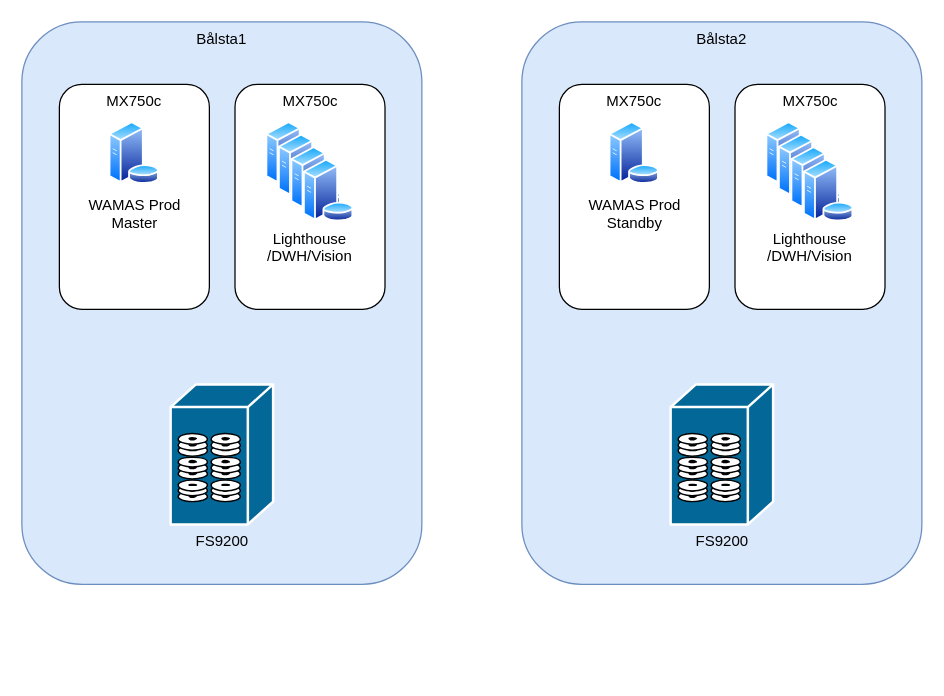
Before: overview.drawio in lhirdman/log4, a draw.io diagram. Source tidied: cells renumbered, new cells numbered last; positions are measured from the earlier drawing's top-left corner, leaving out a move shared by most shapes. Both pictures are drawn from the tidied source at 125%, with x=0, y=0 at pixel (21, 21).
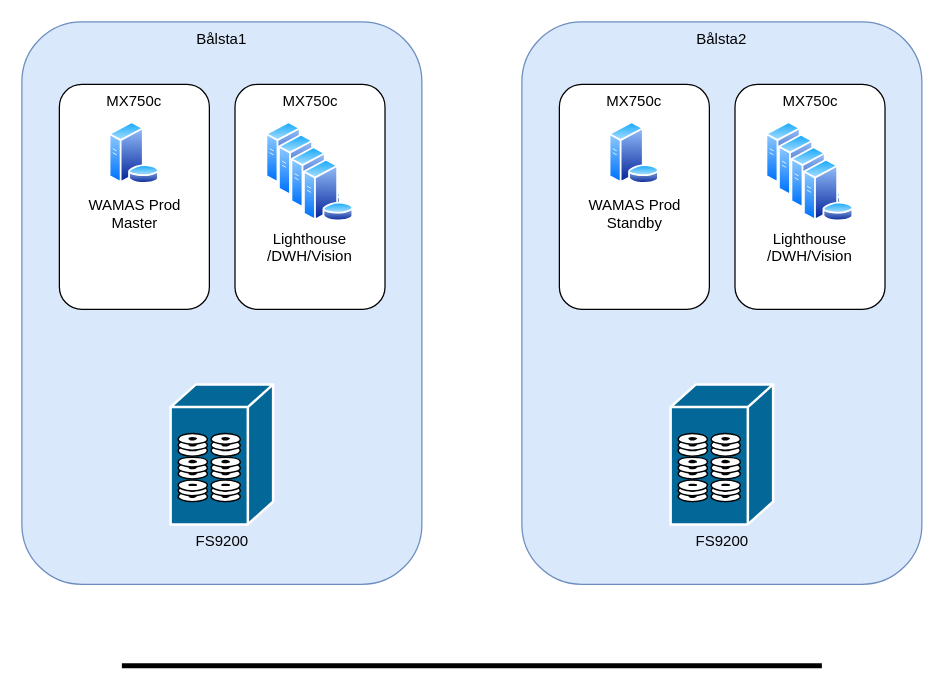
The same diagram, later.

Change to the diagram source:
```diff
@@
+    <mxCell id="22" style="line;strokeWidth=4;html=1;perimeter=backbonePerimeter;verticalAlign=bottom;" parent="1" vertex="1">
+      <mxGeometry x="80" y="510" width="560" height="10" as="geometry" />
+    </mxCell>
```
